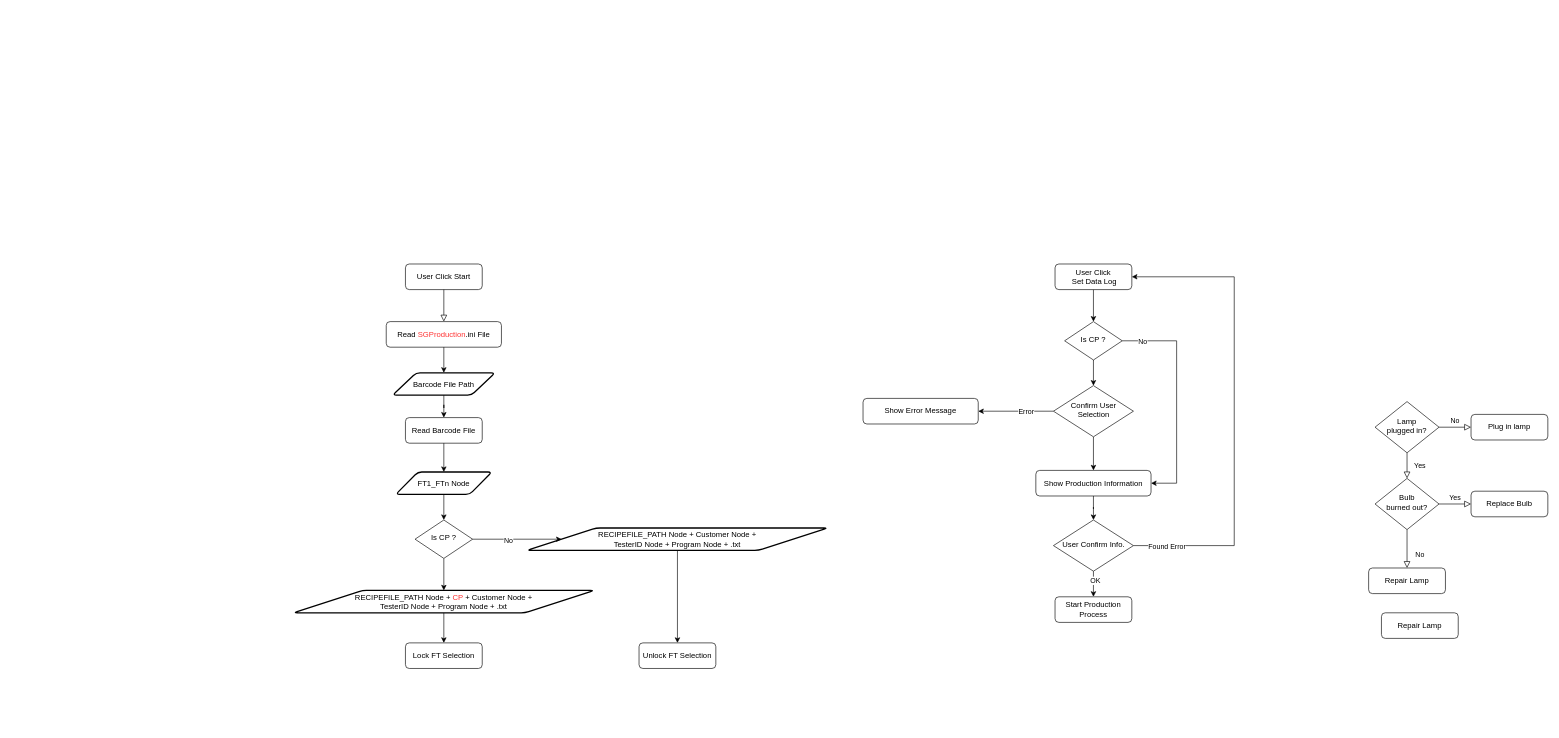
Jasson-Chou/Software-Projects keeps this draw.io diagram as page "Page-1" (1 of 2) of SG9KG5/Production.drawio. Above is the earlier version. Source tidied: cells renumbered, new cells numbered last; positions are measured from the earlier drawing's top-left corner, leaving out a move shared by most shapes. Both pictures are drawn from the tidied source at 64%, with x=0, y=0 at pixel (293, 264).
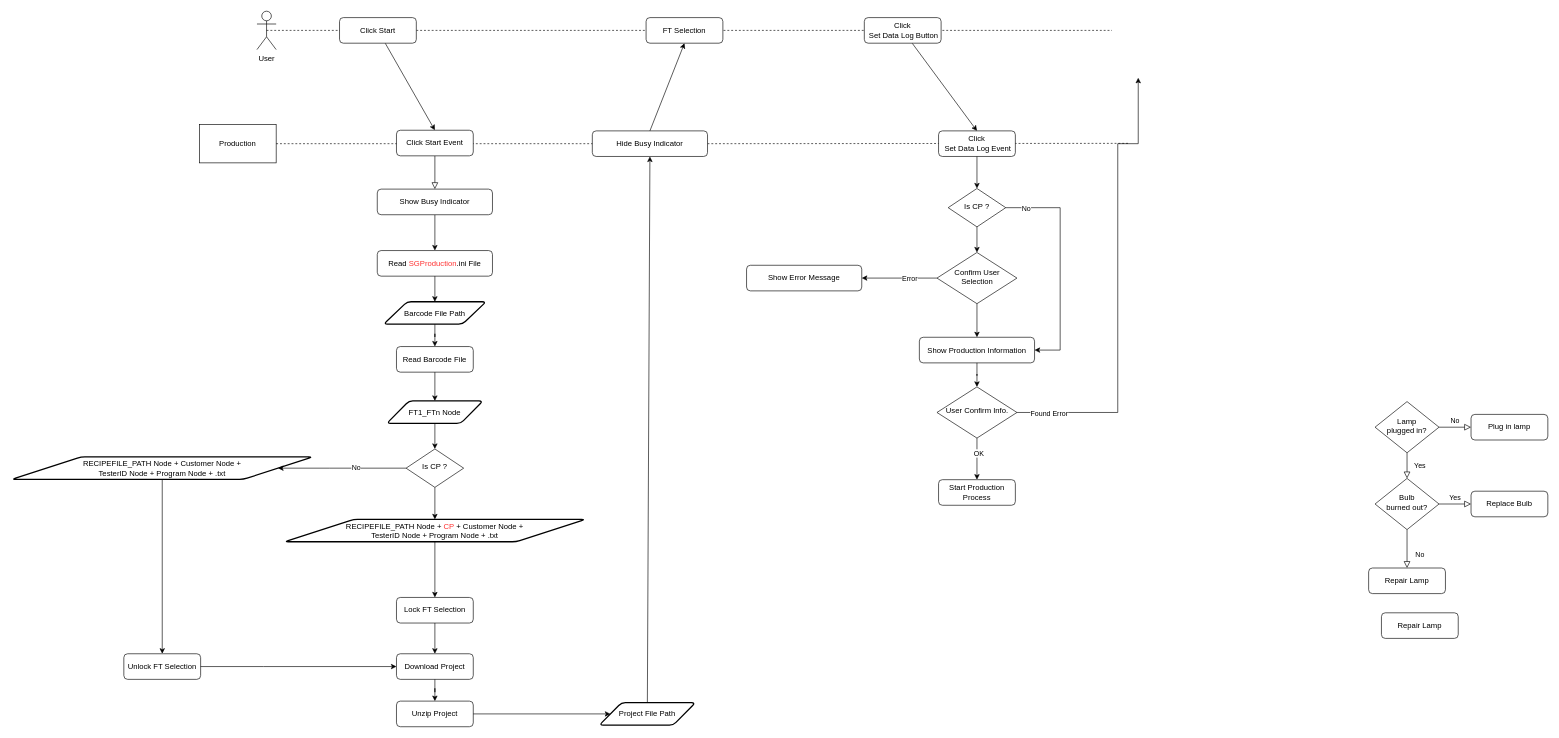
After the change.

What changed in the source:
```diff
@@
-    <mxCell id="12" style="edgeStyle=orthogonalEdgeStyle;rounded=0;jettySize=auto;html=1;entryX=0.5;entryY=0;entryDx=0;entryDy=0;" parent="1" edge="1" source="13" target="37">
-      <mxGeometry relative="1" as="geometry" />
-    </mxCell>
-    <mxCell id="13" value="User Click&lt;br&gt;&amp;nbsp;Set Data Log" style="rounded=1;whiteSpace=wrap;html=1;fontSize=12;glass=0;strokeWidth=1;shadow=0;" parent="1" vertex="1">
-      <mxGeometry x="1190" width="120" height="40" as="geometry" />
-    </mxCell>
-    <mxCell id="14" value="User Click Start" style="rounded=1;whiteSpace=wrap;html=1;fontSize=12;glass=0;strokeWidth=1;shadow=0;" parent="1" vertex="1">
-      <mxGeometry x="175" width="120" height="40" as="geometry" />
-    </mxCell>
+    <mxCell id="51" value="User" style="shape=umlActor;verticalLabelPosition=bottom;verticalAlign=top;html=1;outlineConnect=0;" parent="1" vertex="1">
+      <mxGeometry x="-57" y="-395" width="30" height="60" as="geometry" />
+    </mxCell>
+    <mxCell id="52" value="Production" style="rounded=0;whiteSpace=wrap;html=1;" parent="1" vertex="1">
+      <mxGeometry x="-147" y="-218" width="120" height="60" as="geometry" />
+    </mxCell>
+    <mxCell id="53" style="endArrow=none;dashed=1;html=1;exitX=0.5;exitY=0.5;exitDx=0;exitDy=0;exitPerimeter=0;" parent="1" edge="1" source="51">
+      <mxGeometry relative="1" as="geometry">
+        <mxPoint x="1279" y="-365" as="targetPoint" />
+      </mxGeometry>
+    </mxCell>
+    <mxCell id="54" style="endArrow=none;dashed=1;html=1;exitX=1;exitY=0.5;exitDx=0;exitDy=0;startArrow=none;" parent="1" edge="1" source="68">
+      <mxGeometry relative="1" as="geometry">
+        <mxPoint x="1305" y="-188.5" as="targetPoint" />
+      </mxGeometry>
+    </mxCell>
+    <mxCell id="55" style="rounded=0;jettySize=auto;html=1;entryX=0.5;entryY=0;entryDx=0;entryDy=0;" parent="1" edge="1" source="56" target="14">
+      <mxGeometry relative="1" as="geometry" />
+    </mxCell>
+    <mxCell id="56" value="Click Start" style="rounded=1;whiteSpace=wrap;html=1;fontSize=12;glass=0;strokeWidth=1;shadow=0;" parent="1" vertex="1">
+      <mxGeometry x="72" y="-385" width="120" height="40" as="geometry" />
+    </mxCell>
+    <mxCell id="16" style="rounded=0;html=1;jettySize=auto;fontSize=11;endArrow=block;endFill=0;endSize=8;strokeWidth=1;shadow=0;labelBackgroundColor=none;edgeStyle=orthogonalEdgeStyle;entryX=0.5;entryY=0;entryDx=0;entryDy=0;" parent="1" edge="1" source="14" target="66">
+      <mxGeometry x="-784" y="-139" as="geometry" />
+    </mxCell>
     <mxCell id="15" value="Read &lt;font color=&quot;#ff3333&quot;&gt;SGProduction&lt;/font&gt;.ini File" style="rounded=1;whiteSpace=wrap;html=1;fontSize=12;glass=0;strokeWidth=1;shadow=0;" parent="1" vertex="1">
-      <mxGeometry x="145" y="90" width="180" height="40" as="geometry" />
+      <mxGeometry x="131" y="-21" width="180" height="40" as="geometry" />
     </mxCell>
-    <mxCell id="16" style="rounded=0;html=1;jettySize=auto;fontSize=11;endArrow=block;endFill=0;endSize=8;strokeWidth=1;shadow=0;labelBackgroundColor=none;edgeStyle=orthogonalEdgeStyle;entryX=0.5;entryY=0;entryDx=0;entryDy=0;" parent="1" edge="1" source="14" target="15">
-      <mxGeometry x="-770" y="70" as="geometry" />
-    </mxCell>
     <mxCell id="17" value="Barcode File Path" style="shape=parallelogram;html=1;strokeWidth=2;perimeter=parallelogramPerimeter;whiteSpace=wrap;rounded=1;arcSize=12;size=0.23;" parent="1" vertex="1">
-      <mxGeometry x="155" y="170" width="160" height="35" as="geometry" />
+      <mxGeometry x="141" y="59" width="160" height="35" as="geometry" />
     </mxCell>
     <mxCell id="18" style="edgeStyle=orthogonalEdgeStyle;rounded=0;jettySize=auto;html=1;entryX=0.5;entryY=0;entryDx=0;entryDy=0;" parent="1" edge="1" source="15" target="17">
-      <mxGeometry x="-770" y="70" as="geometry" />
+      <mxGeometry x="-784" y="-41" as="geometry" />
     </mxCell>
     <mxCell id="19" value="Read Barcode File" style="rounded=1;whiteSpace=wrap;html=1;fontSize=12;glass=0;strokeWidth=1;shadow=0;" parent="1" vertex="1">
-      <mxGeometry x="175" y="240" width="120" height="40" as="geometry" />
+      <mxGeometry x="161" y="129" width="120" height="40" as="geometry" />
     </mxCell>
     <mxCell id="20" style="edgeStyle=orthogonalEdgeStyle;rounded=0;jettySize=auto;html=1;entryX=0.5;entryY=0;entryDx=0;entryDy=0;" parent="1" edge="1" source="17" target="19">
-      <mxGeometry x="-770" y="70" as="geometry" />
+      <mxGeometry x="-784" y="-41" as="geometry" />
     </mxCell>
-    <mxCell id="21" style="edgeStyle=orthogonalEdgeStyle;rounded=0;jettySize=auto;html=1;entryX=0.5;entryY=0;entryDx=0;entryDy=0;" parent="1" edge="1" source="22" target="32">
-      <mxGeometry relative="1" as="geometry" />
-    </mxCell>
     <mxCell id="22" value="RECIPEFILE_PATH Node + &lt;font color=&quot;#ff3333&quot;&gt;CP&lt;/font&gt; + Customer Node + &lt;br&gt;TesterID Node + Program Node + .txt" style="shape=parallelogram;html=1;strokeWidth=2;perimeter=parallelogramPerimeter;whiteSpace=wrap;rounded=1;arcSize=12;size=0.23;" parent="1" vertex="1">
-      <mxGeometry y="510" width="470" height="35" as="geometry" />
+      <mxGeometry x="-14" y="399" width="470" height="35" as="geometry" />
     </mxCell>
     <mxCell id="23" style="edgeStyle=orthogonalEdgeStyle;rounded=0;jettySize=auto;html=1;entryX=0.5;entryY=0;entryDx=0;entryDy=0;" parent="1" edge="1" source="24" target="22">
-      <mxGeometry x="-770" y="70" as="geometry" />
+      <mxGeometry x="-784" y="-41" as="geometry" />
     </mxCell>
     <mxCell id="24" value="Is CP ?" style="rhombus;whiteSpace=wrap;html=1;shadow=0;fontFamily=Helvetica;fontSize=12;align=center;strokeWidth=1;spacing=6;spacingTop=-4;" parent="1" vertex="1">
-      <mxGeometry x="190" y="400" width="90" height="60" as="geometry" />
+      <mxGeometry x="176" y="289" width="90" height="60" as="geometry" />
     </mxCell>
     <mxCell id="25" style="edgeStyle=orthogonalEdgeStyle;rounded=0;jettySize=auto;html=1;entryX=0.5;entryY=0;entryDx=0;entryDy=0;" parent="1" edge="1" source="26" target="24">
-      <mxGeometry x="-770" y="70" as="geometry" />
+      <mxGeometry x="-784" y="-41" as="geometry" />
     </mxCell>
     <mxCell id="26" value="FT1_FTn Node" style="shape=parallelogram;html=1;strokeWidth=2;perimeter=parallelogramPerimeter;whiteSpace=wrap;rounded=1;arcSize=12;size=0.23;" parent="1" vertex="1">
-      <mxGeometry x="160" y="325" width="150" height="35" as="geometry" />
+      <mxGeometry x="146" y="214" width="150" height="35" as="geometry" />
     </mxCell>
     <mxCell id="27" style="edgeStyle=orthogonalEdgeStyle;rounded=0;jettySize=auto;html=1;entryX=0.5;entryY=0;entryDx=0;entryDy=0;" parent="1" edge="1" source="19" target="26">
-      <mxGeometry x="-770" y="70" as="geometry" />
+      <mxGeometry x="-784" y="-41" as="geometry" />
     </mxCell>
-    <mxCell id="28" style="edgeStyle=orthogonalEdgeStyle;rounded=0;jettySize=auto;html=1;entryX=0.5;entryY=0;entryDx=0;entryDy=0;" parent="1" edge="1" source="29" target="33">
-      <mxGeometry relative="1" as="geometry" />
-    </mxCell>
     <mxCell id="29" value="RECIPEFILE_PATH Node&amp;nbsp;+ Customer Node + &lt;br&gt;TesterID Node + Program Node + .txt" style="shape=parallelogram;html=1;strokeWidth=2;perimeter=parallelogramPerimeter;whiteSpace=wrap;rounded=1;arcSize=12;size=0.23;" parent="1" vertex="1">
-      <mxGeometry x="365" y="412.5" width="470" height="35" as="geometry" />
+      <mxGeometry x="-440" y="301.5" width="470" height="35" as="geometry" />
     </mxCell>
-    <mxCell id="30" style="edgeStyle=orthogonalEdgeStyle;rounded=0;jettySize=auto;html=1;exitX=1;exitY=0.5;exitDx=0;exitDy=0;entryX=0;entryY=0.5;entryDx=0;entryDy=0;" parent="1" edge="1" source="24" target="29">
-      <mxGeometry x="-770" y="70" as="geometry" />
+    <mxCell id="30" style="edgeStyle=orthogonalEdgeStyle;rounded=0;jettySize=auto;html=1;exitX=0;exitY=0.5;exitDx=0;exitDy=0;entryX=1;entryY=0.5;entryDx=0;entryDy=0;" parent="1" edge="1" source="24" target="29">
+      <mxGeometry x="-784" y="-41" as="geometry">
+        <Array as="points">
+          <mxPoint x="56" y="319" />
+          <mxPoint x="56" y="319" />
+        </Array>
+      </mxGeometry>
     </mxCell>
@@
     <mxCell id="32" value="Lock FT Selection" style="rounded=1;whiteSpace=wrap;html=1;fontSize=12;glass=0;strokeWidth=1;shadow=0;" parent="1" vertex="1">
-      <mxGeometry x="175" y="592" width="120" height="40" as="geometry" />
+      <mxGeometry x="161" y="521" width="120" height="40" as="geometry" />
     </mxCell>
+    <mxCell id="21" style="edgeStyle=orthogonalEdgeStyle;rounded=0;jettySize=auto;html=1;entryX=0.5;entryY=0;entryDx=0;entryDy=0;" parent="1" edge="1" source="22" target="32">
+      <mxGeometry x="-784" y="-41" as="geometry" />
+    </mxCell>
     <mxCell id="33" value="Unlock FT Selection" style="rounded=1;whiteSpace=wrap;html=1;fontSize=12;glass=0;strokeWidth=1;shadow=0;" parent="1" vertex="1">
-      <mxGeometry x="540" y="592" width="120" height="40" as="geometry" />
+      <mxGeometry x="-265" y="609" width="120" height="40" as="geometry" />
     </mxCell>
+    <mxCell id="28" style="edgeStyle=orthogonalEdgeStyle;rounded=0;jettySize=auto;html=1;entryX=0.5;entryY=0;entryDx=0;entryDy=0;" parent="1" edge="1" source="29" target="33">
+      <mxGeometry x="-1564" y="-35.8" as="geometry" />
+    </mxCell>
+    <mxCell id="57" value="Download Project" style="rounded=1;whiteSpace=wrap;html=1;fontSize=12;glass=0;strokeWidth=1;shadow=0;" parent="1" vertex="1">
+      <mxGeometry x="161" y="609" width="120" height="40" as="geometry" />
+    </mxCell>
+    <mxCell id="58" style="edgeStyle=orthogonalEdgeStyle;rounded=0;jettySize=auto;html=1;entryX=0.5;entryY=0;entryDx=0;entryDy=0;" parent="1" edge="1" source="32" target="57">
+      <mxGeometry x="-784" y="-41" as="geometry" />
+    </mxCell>
+    <mxCell id="59" style="edgeStyle=orthogonalEdgeStyle;rounded=0;jettySize=auto;html=1;entryX=0;entryY=0.5;entryDx=0;entryDy=0;exitX=1;exitY=0.5;exitDx=0;exitDy=0;" parent="1" edge="1" source="33" target="57">
+      <mxGeometry x="-784" y="-41" as="geometry">
+        <Array as="points">
+          <mxPoint x="-47" y="629" />
+          <mxPoint x="-47" y="629" />
+        </Array>
+      </mxGeometry>
+    </mxCell>
+    <mxCell id="60" value="Unzip Project" style="rounded=1;whiteSpace=wrap;html=1;fontSize=12;glass=0;strokeWidth=1;shadow=0;" parent="1" vertex="1">
+      <mxGeometry x="161" y="683" width="120" height="40" as="geometry" />
+    </mxCell>
+    <mxCell id="61" style="edgeStyle=orthogonalEdgeStyle;rounded=0;jettySize=auto;html=1;entryX=0.5;entryY=0;entryDx=0;entryDy=0;" parent="1" edge="1" source="57" target="60">
+      <mxGeometry x="-784" y="-41" as="geometry" />
+    </mxCell>
+    <mxCell id="62" style="edgeStyle=none;rounded=0;jettySize=auto;html=1;exitX=0.5;exitY=0;exitDx=0;exitDy=0;entryX=0.5;entryY=1;entryDx=0;entryDy=0;" parent="1" edge="1" source="63" target="68">
+      <mxGeometry relative="1" as="geometry" />
+    </mxCell>
+    <mxCell id="63" value="Project File Path" style="shape=parallelogram;html=1;strokeWidth=2;perimeter=parallelogramPerimeter;whiteSpace=wrap;rounded=1;arcSize=12;size=0.23;" parent="1" vertex="1">
+      <mxGeometry x="478" y="685.5" width="150" height="35" as="geometry" />
+    </mxCell>
+    <mxCell id="64" style="edgeStyle=orthogonalEdgeStyle;rounded=0;jettySize=auto;html=1;exitX=1;exitY=0.5;exitDx=0;exitDy=0;entryX=0;entryY=0.5;entryDx=0;entryDy=0;" parent="1" edge="1" source="60" target="63">
+      <mxGeometry x="-784" y="-41" as="geometry" />
+    </mxCell>
+    <mxCell id="65" style="edgeStyle=none;rounded=0;jettySize=auto;html=1;entryX=0.5;entryY=0;entryDx=0;entryDy=0;" parent="1" edge="1" source="66" target="15">
+      <mxGeometry relative="1" as="geometry" />
+    </mxCell>
+    <mxCell id="66" value="Show Busy Indicator" style="rounded=1;whiteSpace=wrap;html=1;fontSize=12;glass=0;strokeWidth=1;shadow=0;" parent="1" vertex="1">
+      <mxGeometry x="131" y="-117" width="180" height="40" as="geometry" />
+    </mxCell>
+    <mxCell id="67" style="edgeStyle=none;rounded=0;jettySize=auto;html=1;exitX=0.5;exitY=0;exitDx=0;exitDy=0;entryX=0.5;entryY=1;entryDx=0;entryDy=0;" parent="1" edge="1" source="68" target="70">
+      <mxGeometry relative="1" as="geometry" />
+    </mxCell>
+    <mxCell id="68" value="Hide Busy Indicator" style="rounded=1;whiteSpace=wrap;html=1;fontSize=12;glass=0;strokeWidth=1;shadow=0;" parent="1" vertex="1">
+      <mxGeometry x="467" y="-208" width="180" height="40" as="geometry" />
+    </mxCell>
+    <mxCell id="69" style="endArrow=none;dashed=1;html=1;exitX=1;exitY=0.5;exitDx=0;exitDy=0;" parent="1" edge="1" source="52" target="68">
+      <mxGeometry relative="1" as="geometry" />
+    </mxCell>
+    <mxCell id="14" value="Click Start Event" style="rounded=1;whiteSpace=wrap;html=1;fontSize=12;glass=0;strokeWidth=1;shadow=0;" parent="1" vertex="1">
+      <mxGeometry x="161" y="-209" width="120" height="40" as="geometry" />
+    </mxCell>
+    <mxCell id="70" value="FT Selection" style="rounded=1;whiteSpace=wrap;html=1;fontSize=12;glass=0;strokeWidth=1;shadow=0;" parent="1" vertex="1">
+      <mxGeometry x="551" y="-385" width="120" height="40" as="geometry" />
+    </mxCell>
+    <mxCell id="13" value="Click&lt;br&gt;&amp;nbsp;Set Data Log Event" style="rounded=1;whiteSpace=wrap;html=1;fontSize=12;glass=0;strokeWidth=1;shadow=0;" parent="1" vertex="1">
+      <mxGeometry x="1008" y="-208" width="120" height="40" as="geometry" />
+    </mxCell>
+    <mxCell id="37" value="Is CP ?" style="rhombus;whiteSpace=wrap;html=1;shadow=0;fontFamily=Helvetica;fontSize=12;align=center;strokeWidth=1;spacing=6;spacingTop=-4;" parent="1" vertex="1">
+      <mxGeometry x="1023" y="-118" width="90" height="60" as="geometry" />
+    </mxCell>
+    <mxCell id="12" style="edgeStyle=orthogonalEdgeStyle;rounded=0;jettySize=auto;html=1;entryX=0.5;entryY=0;entryDx=0;entryDy=0;" parent="1" edge="1" source="13" target="37">
+      <mxGeometry x="-62" y="-138" as="geometry" />
+    </mxCell>
+    <mxCell id="41" value="Confirm User Selection" style="rhombus;whiteSpace=wrap;html=1;shadow=0;fontFamily=Helvetica;fontSize=12;align=center;strokeWidth=1;spacing=6;spacingTop=-4;" parent="1" vertex="1">
+      <mxGeometry x="1005.5" y="-18" width="125" height="80" as="geometry" />
+    </mxCell>
     <mxCell id="34" style="edgeStyle=orthogonalEdgeStyle;rounded=0;jettySize=auto;html=1;entryX=0.5;entryY=0;entryDx=0;entryDy=0;" parent="1" edge="1" source="37" target="41">
-      <mxGeometry relative="1" as="geometry" />
+      <mxGeometry x="-62" y="-138" as="geometry" />
     </mxCell>
+    <mxCell id="42" value="Show Error Message" style="rounded=1;whiteSpace=wrap;html=1;fontSize=12;glass=0;strokeWidth=1;shadow=0;" parent="1" vertex="1">
+      <mxGeometry x="708" y="2" width="180" height="40" as="geometry" />
+    </mxCell>
+    <mxCell id="38" style="edgeStyle=orthogonalEdgeStyle;rounded=0;jettySize=auto;html=1;exitX=0;exitY=0.5;exitDx=0;exitDy=0;entryX=1;entryY=0.5;entryDx=0;entryDy=0;" parent="1" edge="1" source="41" target="42">
+      <mxGeometry x="-62" y="-138" as="geometry" />
+    </mxCell>
+    <mxCell id="39" value="Error" style="edgeLabel;html=1;align=center;verticalAlign=middle;" parent="38" vertex="1">
+      <mxGeometry x="-0.26" relative="1" as="geometry" />
+    </mxCell>
+    <mxCell id="44" value="Show Production Information" style="rounded=1;whiteSpace=wrap;html=1;fontSize=12;glass=0;strokeWidth=1;shadow=0;" parent="1" vertex="1">
+      <mxGeometry x="978" y="114.5" width="180" height="40" as="geometry" />
+    </mxCell>
     <mxCell id="35" style="edgeStyle=orthogonalEdgeStyle;rounded=0;jettySize=auto;html=1;entryX=1;entryY=0.5;entryDx=0;entryDy=0;" parent="1" edge="1" source="37" target="44">
-      <mxGeometry relative="1" as="geometry">
+      <mxGeometry x="-62" y="-138" as="geometry">
         <Array as="points">
-          <mxPoint x="1380" y="120" />
-          <mxPoint x="1380" y="342" />
+          <mxPoint x="1198" y="-88" />
+          <mxPoint x="1198" y="134" />
         </Array>
       </mxGeometry>
     </mxCell>
@@
-    <mxCell id="37" value="Is CP ?" style="rhombus;whiteSpace=wrap;html=1;shadow=0;fontFamily=Helvetica;fontSize=12;align=center;strokeWidth=1;spacing=6;spacingTop=-4;" parent="1" vertex="1">
-      <mxGeometry x="1205" y="90" width="90" height="60" as="geometry" />
-    </mxCell>
-    <mxCell id="38" style="edgeStyle=orthogonalEdgeStyle;rounded=0;jettySize=auto;html=1;exitX=0;exitY=0.5;exitDx=0;exitDy=0;entryX=1;entryY=0.5;entryDx=0;entryDy=0;" parent="1" edge="1" source="41" target="42">
-      <mxGeometry relative="1" as="geometry" />
-    </mxCell>
-    <mxCell id="39" value="Error" style="edgeLabel;html=1;align=center;verticalAlign=middle;" parent="38" vertex="1">
-      <mxGeometry x="-0.26" relative="1" as="geometry" />
-    </mxCell>
     <mxCell id="40" style="edgeStyle=orthogonalEdgeStyle;rounded=0;jettySize=auto;html=1;" parent="1" edge="1" source="41" target="44">
-      <mxGeometry relative="1" as="geometry" />
+      <mxGeometry x="-62" y="-138" as="geometry" />
     </mxCell>
-    <mxCell id="41" value="Confirm User Selection" style="rhombus;whiteSpace=wrap;html=1;shadow=0;fontFamily=Helvetica;fontSize=12;align=center;strokeWidth=1;spacing=6;spacingTop=-4;" parent="1" vertex="1">
-      <mxGeometry x="1187.5" y="190" width="125" height="80" as="geometry" />
-    </mxCell>
-    <mxCell id="42" value="Show Error Message" style="rounded=1;whiteSpace=wrap;html=1;fontSize=12;glass=0;strokeWidth=1;shadow=0;" parent="1" vertex="1">
-      <mxGeometry x="890" y="210" width="180" height="40" as="geometry" />
-    </mxCell>
-    <mxCell id="43" style="edgeStyle=orthogonalEdgeStyle;rounded=0;jettySize=auto;html=1;entryX=0.5;entryY=0;entryDx=0;entryDy=0;" parent="1" edge="1" source="44" target="49">
-      <mxGeometry relative="1" as="geometry" />
-    </mxCell>
-    <mxCell id="44" value="Show Production Information" style="rounded=1;whiteSpace=wrap;html=1;fontSize=12;glass=0;strokeWidth=1;shadow=0;" parent="1" vertex="1">
-      <mxGeometry x="1160" y="322.5" width="180" height="40" as="geometry" />
-    </mxCell>
-    <mxCell id="45" style="edgeStyle=orthogonalEdgeStyle;rounded=0;jettySize=auto;html=1;entryX=0.5;entryY=0;entryDx=0;entryDy=0;" parent="1" edge="1" source="49" target="50">
-      <mxGeometry relative="1" as="geometry">
-        <Array as="points">
-          <mxPoint x="1250" y="490" />
-          <mxPoint x="1250" y="490" />
-        </Array>
-      </mxGeometry>
-    </mxCell>
-    <mxCell id="46" value="OK" style="edgeLabel;html=1;align=center;verticalAlign=middle;" parent="45" vertex="1">
-      <mxGeometry x="-0.28" y="2" relative="1" as="geometry" />
-    </mxCell>
-    <mxCell id="47" style="edgeStyle=orthogonalEdgeStyle;rounded=0;jettySize=auto;html=1;exitX=1;exitY=0.5;exitDx=0;exitDy=0;entryX=1;entryY=0.5;entryDx=0;entryDy=0;" parent="1" edge="1" source="49" target="13">
-      <mxGeometry relative="1" as="geometry">
+    <mxCell id="47" style="edgeStyle=orthogonalEdgeStyle;rounded=0;jettySize=auto;html=1;exitX=1;exitY=0.5;exitDx=0;exitDy=0;" parent="1" edge="1" source="49">
+      <mxGeometry x="-62" y="-138" as="geometry">
+        <mxPoint x="1320" y="-291" as="targetPoint" />
         <Array as="points">
-          <mxPoint x="1470" y="440" />
-          <mxPoint x="1470" y="20" />
+          <mxPoint x="1288" y="232" />
+          <mxPoint x="1288" y="-188" />
         </Array>
       </mxGeometry>
     </mxCell>
@@
     <mxCell id="49" value="User Confirm Info." style="rhombus;whiteSpace=wrap;html=1;shadow=0;fontFamily=Helvetica;fontSize=12;align=center;strokeWidth=1;spacing=6;spacingTop=-4;" parent="1" vertex="1">
-      <mxGeometry x="1187.5" y="400" width="125" height="80" as="geometry" />
+      <mxGeometry x="1005.5" y="192" width="125" height="80" as="geometry" />
     </mxCell>
+    <mxCell id="43" style="edgeStyle=orthogonalEdgeStyle;rounded=0;jettySize=auto;html=1;entryX=0.5;entryY=0;entryDx=0;entryDy=0;" parent="1" edge="1" source="44" target="49">
+      <mxGeometry x="-62" y="-138" as="geometry" />
+    </mxCell>
     <mxCell id="50" value="Start Production Process" style="rounded=1;whiteSpace=wrap;html=1;fontSize=12;glass=0;strokeWidth=1;shadow=0;" parent="1" vertex="1">
-      <mxGeometry x="1190" y="520" width="120" height="40" as="geometry" />
+      <mxGeometry x="1008" y="337" width="120" height="40" as="geometry" />
     </mxCell>
+    <mxCell id="45" style="edgeStyle=orthogonalEdgeStyle;rounded=0;jettySize=auto;html=1;entryX=0.5;entryY=0;entryDx=0;entryDy=0;" parent="1" edge="1" source="49" target="50">
+      <mxGeometry x="-62" y="-138" as="geometry">
+        <Array as="points">
+          <mxPoint x="1068" y="337" />
+        </Array>
+      </mxGeometry>
+    </mxCell>
+    <mxCell id="46" value="OK" style="edgeLabel;html=1;align=center;verticalAlign=middle;" parent="45" vertex="1">
+      <mxGeometry x="-0.28" y="2" relative="1" as="geometry" />
+    </mxCell>
+    <mxCell id="71" style="edgeStyle=none;rounded=0;jettySize=auto;html=1;entryX=0.5;entryY=0;entryDx=0;entryDy=0;" parent="1" edge="1" source="72" target="13">
+      <mxGeometry relative="1" as="geometry" />
+    </mxCell>
+    <mxCell id="72" value="Click&lt;br&gt;&amp;nbsp;Set Data Log Button" style="rounded=1;whiteSpace=wrap;html=1;fontSize=12;glass=0;strokeWidth=1;shadow=0;" parent="1" vertex="1">
+      <mxGeometry x="892" y="-385" width="120" height="40" as="geometry" />
+    </mxCell>
```
